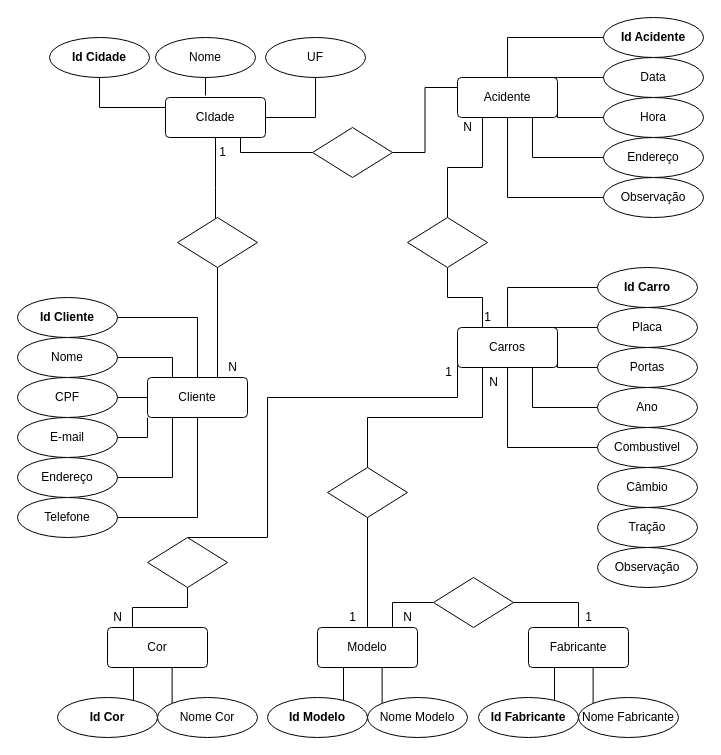
Earlier version of the draw.io diagram Diagrama Seguradora de Automóveis.drawio (Jessicabm61/BancoDeDados). Source tidied: cells renumbered, new cells numbered last; positions are measured from the earlier drawing's top-left corner, leaving out a move shared by most shapes. Both pictures are drawn from the tidied source at 100%, with x=0, y=0 at pixel (17, 17).
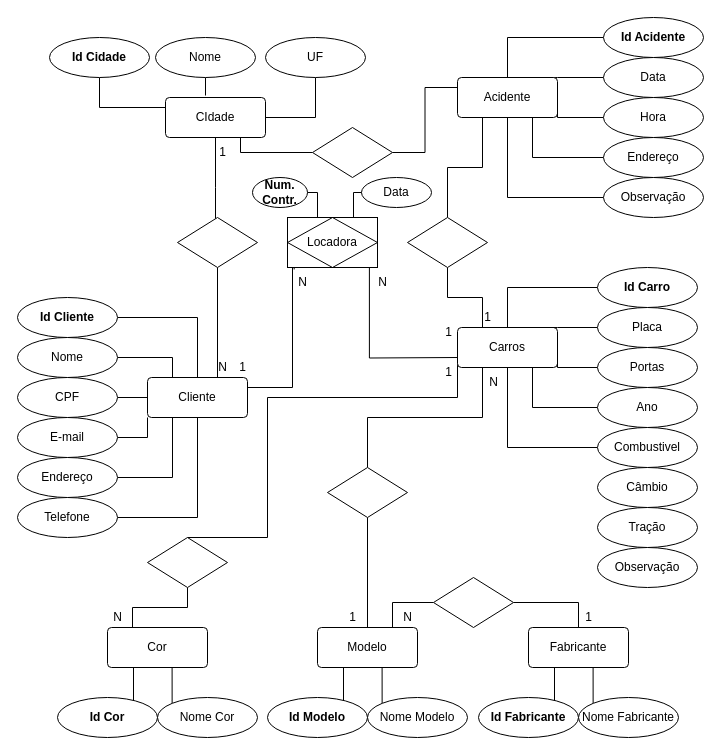
The same diagram, later.

The change refers to these unchanged cells:
```xml
<mxCell id="3" value="Cliente" style="rounded=1;arcSize=10;whiteSpace=wrap;html=1;align=center;" parent="1" vertex="1">
  <mxGeometry x="130" y="360" width="100" height="40" as="geometry" />
</mxCell>
```

What changed in the source:
```diff
@@
     <mxCell id="24" value="N" style="text;html=1;align=center;verticalAlign=middle;strokeColor=none;fillColor=none;" parent="1" vertex="1">
-      <mxGeometry x="200" y="335" width="30" height="30" as="geometry" />
+      <mxGeometry x="190" y="335" width="30" height="30" as="geometry" />
     </mxCell>
@@
-    <mxCell id="84" value="N" style="text;html=1;align=center;verticalAlign=middle;strokeColor=none;fillColor=none;" parent="1" vertex="1">
-      <mxGeometry x="435" y="95" width="30" height="30" as="geometry" />
-    </mxCell>
@@
+    <mxCell id="90" value="1" style="text;html=1;align=center;verticalAlign=middle;strokeColor=none;fillColor=none;" parent="1" vertex="1">
+      <mxGeometry x="210" y="335" width="30" height="30" as="geometry" />
+    </mxCell>
+    <mxCell id="91" value="1" style="text;html=1;align=center;verticalAlign=middle;strokeColor=none;fillColor=none;" parent="1" vertex="1">
+      <mxGeometry x="416" y="300" width="30" height="30" as="geometry" />
+    </mxCell>
+    <mxCell id="92" style="edgeStyle=orthogonalEdgeStyle;rounded=0;jettySize=auto;html=1;endArrow=none;endFill=0;exitX=1;exitY=0.25;exitDx=0;exitDy=0;entryX=0.074;entryY=1.039;entryDx=0;entryDy=0;entryPerimeter=0;" parent="1" edge="1" source="3" target="99">
+      <mxGeometry relative="1" as="geometry">
+        <Array as="points">
+          <mxPoint x="275" y="370" />
+          <mxPoint x="275" y="250" />
+          <mxPoint x="277" y="250" />
+        </Array>
+      </mxGeometry>
+    </mxCell>
+    <mxCell id="93" style="edgeStyle=orthogonalEdgeStyle;rounded=0;jettySize=auto;html=1;endArrow=none;endFill=0;entryX=0.91;entryY=1;entryDx=0;entryDy=0;entryPerimeter=0;" parent="1" edge="1" target="99">
+      <mxGeometry relative="1" as="geometry">
+        <mxPoint x="440" y="340" as="sourcePoint" />
+      </mxGeometry>
+    </mxCell>
+    <mxCell id="94" value="N" style="text;html=1;align=center;verticalAlign=middle;strokeColor=none;fillColor=none;" parent="1" vertex="1">
+      <mxGeometry x="350" y="250" width="30" height="30" as="geometry" />
+    </mxCell>
+    <mxCell id="95" value="&lt;b&gt;Num. Contr.&lt;/b&gt;" style="ellipse;whiteSpace=wrap;html=1;align=center;" parent="1" vertex="1">
+      <mxGeometry x="235" y="160" width="55" height="30" as="geometry" />
+    </mxCell>
+    <mxCell id="96" style="edgeStyle=orthogonalEdgeStyle;rounded=0;jettySize=auto;html=1;endArrow=none;endFill=0;entryX=1;entryY=0.5;entryDx=0;entryDy=0;exitX=0.75;exitY=0;exitDx=0;exitDy=0;" parent="1" edge="1" target="95">
+      <mxGeometry relative="1" as="geometry">
+        <mxPoint x="338" y="205" as="sourcePoint" />
+        <Array as="points">
+          <mxPoint x="300" y="205" />
+          <mxPoint x="300" y="175" />
+        </Array>
+      </mxGeometry>
+    </mxCell>
+    <mxCell id="97" value="Data" style="ellipse;whiteSpace=wrap;html=1;align=center;" parent="1" vertex="1">
+      <mxGeometry x="344" y="160" width="70" height="30" as="geometry" />
+    </mxCell>
+    <mxCell id="98" style="edgeStyle=orthogonalEdgeStyle;rounded=0;jettySize=auto;html=1;endArrow=none;endFill=0;entryX=0;entryY=0.5;entryDx=0;entryDy=0;" parent="1" edge="1" target="97">
+      <mxGeometry relative="1" as="geometry">
+        <mxPoint x="336" y="200" as="sourcePoint" />
+        <Array as="points">
+          <mxPoint x="336" y="205" />
+          <mxPoint x="336" y="175" />
+        </Array>
+      </mxGeometry>
+    </mxCell>
+    <mxCell id="99" value="Locadora" style="shape=associativeEntity;whiteSpace=wrap;html=1;align=center;" parent="1" vertex="1">
+      <mxGeometry x="270" y="200" width="90" height="50" as="geometry" />
+    </mxCell>
+    <mxCell id="100" value="N" style="text;html=1;align=center;verticalAlign=middle;strokeColor=none;fillColor=none;" parent="1" vertex="1">
+      <mxGeometry x="270" y="250" width="30" height="30" as="geometry" />
+    </mxCell>
```
